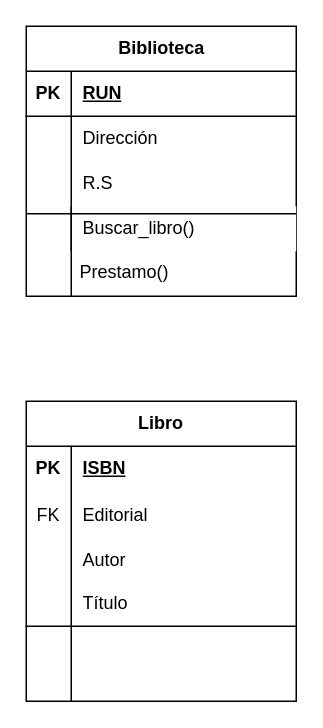
The draw.io diagram Diagrama sin título.drawio in Wiccaos/POO, before the edit. Source tidied: cells renumbered, new cells numbered last; positions are measured from the earlier drawing's top-left corner, leaving out a move shared by most shapes. Both pictures are drawn from the tidied source at 150%, with x=0, y=0 at pixel (26, 26).
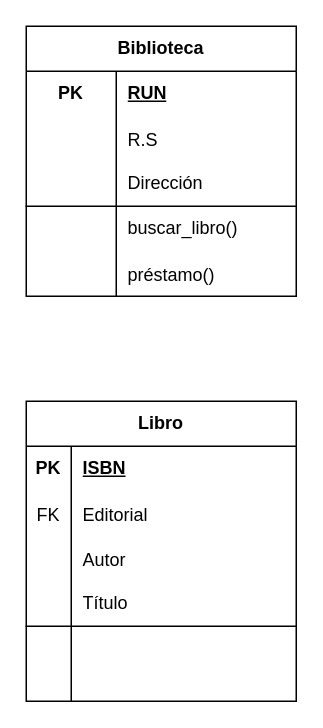
The same diagram, later.

Diff of the diagram source:
```diff
@@
-    <mxCell id="2" value="Biblioteca" style="shape=table;startSize=30;childLayout=tableLayout;rowLines=0;fontStyle=1;align=center;html=1;strokeColor=default;rounded=0;swimlaneLine=1;shadow=0;fillColor=default;" parent="1" vertex="1">
-      <mxGeometry width="180" height="180" as="geometry" />
-    </mxCell>
-    <mxCell id="3" style="shape=tableRow;horizontal=0;startSize=0;swimlaneHead=0;swimlaneBody=0;fillColor=none;top=0;left=0;right=0;bottom=1;" parent="2" vertex="1">
-      <mxGeometry y="30" width="180" height="30" as="geometry" />
-    </mxCell>
-    <mxCell id="4" value="PK" style="shape=partialRectangle;fillColor=none;top=0;left=0;bottom=0;right=0;fontStyle=1;overflow=hidden;whiteSpace=wrap;html=1;" parent="3" vertex="1">
-      <mxGeometry width="30" height="30" as="geometry" />
-    </mxCell>
-    <mxCell id="5" value="RUN" style="shape=partialRectangle;fillColor=none;top=0;left=0;bottom=0;right=0;align=left;spacingLeft=6;fontStyle=5;overflow=hidden;whiteSpace=wrap;html=1;" parent="3" vertex="1">
-      <mxGeometry x="30" width="150" height="30" as="geometry" />
-    </mxCell>
-    <mxCell id="6" style="shape=tableRow;horizontal=0;startSize=0;swimlaneHead=0;swimlaneBody=0;fillColor=none;top=0;left=0;right=0;bottom=0;" parent="2" vertex="1">
-      <mxGeometry y="60" width="180" height="30" as="geometry" />
-    </mxCell>
-    <mxCell id="7" style="shape=partialRectangle;fillColor=none;top=0;left=0;bottom=0;right=0;overflow=hidden;whiteSpace=wrap;html=1;" parent="6" vertex="1">
-      <mxGeometry width="30" height="30" as="geometry" />
-    </mxCell>
-    <mxCell id="8" value="Dirección" style="shape=partialRectangle;fillColor=none;top=0;left=0;bottom=0;right=0;align=left;spacingLeft=6;overflow=hidden;whiteSpace=wrap;html=1;" parent="6" vertex="1">
-      <mxGeometry x="30" width="150" height="30" as="geometry" />
-    </mxCell>
-    <mxCell id="9" style="shape=tableRow;horizontal=0;startSize=0;swimlaneHead=0;swimlaneBody=0;fillColor=none;top=0;left=0;right=0;bottom=0;" parent="2" vertex="1">
-      <mxGeometry y="90" width="180" height="30" as="geometry" />
-    </mxCell>
-    <mxCell id="10" style="shape=partialRectangle;fillColor=none;top=0;left=0;bottom=0;right=0;overflow=hidden;whiteSpace=wrap;html=1;" parent="9" vertex="1">
-      <mxGeometry width="30" height="30" as="geometry" />
-    </mxCell>
-    <mxCell id="11" value="R.S" style="shape=partialRectangle;fillColor=none;top=0;left=0;bottom=0;right=0;align=left;spacingLeft=6;overflow=hidden;whiteSpace=wrap;html=1;" parent="9" vertex="1">
-      <mxGeometry x="30" width="150" height="30" as="geometry" />
-    </mxCell>
-    <mxCell id="12" style="shape=tableRow;horizontal=0;startSize=0;swimlaneHead=0;swimlaneBody=0;fillColor=none;top=0;left=0;right=0;bottom=0;" parent="2" vertex="1">
-      <mxGeometry y="120" width="180" height="30" as="geometry" />
-    </mxCell>
-    <mxCell id="13" style="shape=partialRectangle;fillColor=none;top=0;left=0;bottom=0;right=0;overflow=hidden;whiteSpace=wrap;html=1;" parent="12" vertex="1">
-      <mxGeometry width="30" height="30" as="geometry" />
-    </mxCell>
-    <mxCell id="14" value="Buscar_libro()" style="shape=partialRectangle;fillColor=default;top=0;left=0;bottom=0;right=0;align=left;spacingLeft=6;overflow=hidden;whiteSpace=wrap;html=1;shadow=0;strokeColor=default;gradientColor=none;" parent="12" vertex="1">
-      <mxGeometry x="30" width="150" height="30" as="geometry" />
-    </mxCell>
-    <mxCell id="15" style="line;strokeWidth=1;dashed=0;labelPosition=right;align=left;verticalAlign=middle;spacingTop=0;spacingLeft=6;" parent="1" vertex="1">
-      <mxGeometry y="120" width="180" height="10" as="geometry" />
-    </mxCell>
-    <mxCell id="16" value="Prestamo()" style="text;strokeColor=none;fillColor=none;spacingLeft=4;spacingRight=4;overflow=hidden;fontSize=12;whiteSpace=wrap;html=1;" parent="1" vertex="1">
-      <mxGeometry x="30" y="150" width="150" height="30" as="geometry" />
-    </mxCell>
-    <mxCell id="17" style="line;strokeWidth=1;fillColor=none;align=left;verticalAlign=middle;spacingTop=-1;spacingLeft=3;spacingRight=3;labelPosition=right;strokeColor=inherit;direction=south;" parent="1" vertex="1">
-      <mxGeometry x="21" y="120" width="18" height="60" as="geometry" />
-    </mxCell>
@@
+    <mxCell id="2" value="Biblioteca" style="shape=table;startSize=30;childLayout=tableLayout;rowLines=0;fontStyle=1;align=center;html=1;whiteSpace=wrap;" parent="1" vertex="1">
+      <mxGeometry width="180" height="180" as="geometry" />
+    </mxCell>
+    <mxCell id="37" style="shape=tableRow;horizontal=0;startSize=0;swimlaneHead=0;swimlaneBody=0;fillColor=none;top=0;left=0;right=0;bottom=0;html=1;" parent="2" vertex="1">
+      <mxGeometry y="30" width="180" height="30" as="geometry" />
+    </mxCell>
+    <mxCell id="4" value="PK" style="shape=partialRectangle;fillColor=none;top=0;left=0;bottom=0;right=0;fontStyle=1;overflow=hidden;html=1;whiteSpace=wrap;" parent="37" vertex="1">
+      <mxGeometry width="60" height="30" as="geometry" />
+    </mxCell>
+    <mxCell id="5" value="RUN" style="shape=partialRectangle;fillColor=none;top=0;left=0;bottom=0;right=0;align=left;spacingLeft=6;fontStyle=5;overflow=hidden;html=1;whiteSpace=wrap;" parent="37" vertex="1">
+      <mxGeometry x="60" width="120" height="30" as="geometry" />
+    </mxCell>
+    <mxCell id="6" style="shape=tableRow;horizontal=0;startSize=0;swimlaneHead=0;swimlaneBody=0;fillColor=none;top=0;left=0;right=0;bottom=0;" parent="2" vertex="1">
+      <mxGeometry y="60" width="180" height="30" as="geometry" />
+    </mxCell>
+    <mxCell id="38" style="shape=partialRectangle;fillColor=none;top=0;left=0;bottom=0;right=0;overflow=hidden;" parent="6" vertex="1">
+      <mxGeometry width="60" height="30" as="geometry" />
+    </mxCell>
+    <mxCell id="11" value="R.S" style="shape=partialRectangle;fillColor=none;top=0;left=0;bottom=0;right=0;align=left;spacingLeft=6;overflow=hidden;" parent="6" vertex="1">
+      <mxGeometry x="60" width="120" height="30" as="geometry" />
+    </mxCell>
+    <mxCell id="39" style="shape=tableRow;horizontal=0;startSize=0;swimlaneHead=0;swimlaneBody=0;fillColor=none;top=0;left=0;right=0;bottom=1;html=1;" parent="2" vertex="1">
+      <mxGeometry y="90" width="180" height="30" as="geometry" />
+    </mxCell>
+    <mxCell id="40" style="shape=partialRectangle;fillColor=none;top=0;left=0;bottom=0;right=0;fontStyle=1;overflow=hidden;html=1;whiteSpace=wrap;" parent="39" vertex="1">
+      <mxGeometry width="60" height="30" as="geometry" />
+    </mxCell>
+    <mxCell id="8" value="Dirección" style="shape=partialRectangle;fillColor=none;top=0;left=0;bottom=0;right=0;align=left;spacingLeft=6;fontStyle=0;overflow=hidden;html=1;whiteSpace=wrap;" parent="39" vertex="1">
+      <mxGeometry x="60" width="120" height="30" as="geometry" />
+    </mxCell>
+    <mxCell id="41" style="shape=tableRow;horizontal=0;startSize=0;swimlaneHead=0;swimlaneBody=0;fillColor=none;top=0;left=0;right=0;bottom=0;html=1;" parent="2" vertex="1">
+      <mxGeometry y="120" width="180" height="30" as="geometry" />
+    </mxCell>
+    <mxCell id="42" style="shape=partialRectangle;fillColor=none;top=0;left=0;bottom=0;right=0;overflow=hidden;html=1;whiteSpace=wrap;" parent="41" vertex="1">
+      <mxGeometry width="60" height="30" as="geometry" />
+    </mxCell>
+    <mxCell id="43" value="buscar_libro()" style="shape=partialRectangle;fillColor=none;top=0;left=0;bottom=0;right=0;align=left;spacingLeft=6;overflow=hidden;html=1;whiteSpace=wrap;" parent="41" vertex="1">
+      <mxGeometry x="60" width="120" height="30" as="geometry" />
+    </mxCell>
+    <mxCell id="44" style="shape=tableRow;horizontal=0;startSize=0;swimlaneHead=0;swimlaneBody=0;fillColor=none;top=0;left=0;right=0;bottom=0;" parent="2" vertex="1">
+      <mxGeometry y="150" width="180" height="30" as="geometry" />
+    </mxCell>
+    <mxCell id="45" style="shape=partialRectangle;fillColor=none;top=0;left=0;bottom=0;right=0;overflow=hidden;" parent="44" vertex="1">
+      <mxGeometry width="60" height="30" as="geometry" />
+    </mxCell>
+    <mxCell id="46" value="préstamo()" style="shape=partialRectangle;fillColor=none;top=0;left=0;bottom=0;right=0;align=left;spacingLeft=6;overflow=hidden;" parent="44" vertex="1">
+      <mxGeometry x="60" width="120" height="30" as="geometry" />
+    </mxCell>
```
